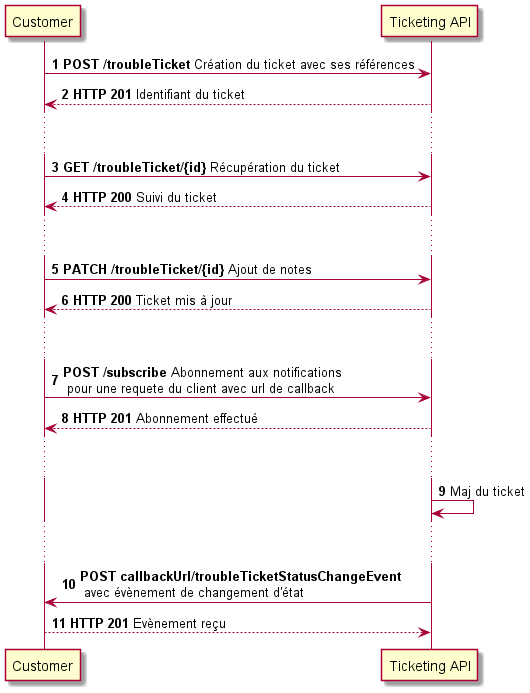
before-interop/ticketing keeps this PlantUML diagram as image/sequence.png. Above is the earlier version. Source of this version:
```plantuml
@startuml

autonumber

Customer -> "Ticketing API" : **POST /troubleTicket** Création du ticket avec ses références
"Ticketing API" --> Customer : **HTTP 201** Identifiant du ticket
... ...
Customer -> "Ticketing API" : **GET /troubleTicket/{id}** Récupération du ticket
"Ticketing API" --> Customer : **HTTP 200** Suivi du ticket
... ...
Customer -> "Ticketing API" : **PATCH /troubleTicket/{id}** Ajout de notes
"Ticketing API" --> Customer : **HTTP 200** Ticket mis à jour
... ...
Customer -> "Ticketing API" : **POST /subscribe** Abonnement aux notifications \n pour une requete du client avec url de callback
    "Ticketing API" --> Customer : **HTTP 201** Abonnement effectué
... ...
"Ticketing API" -> "Ticketing API" : Maj du ticket
... ...
"Ticketing API" -> "Customer" : **POST callbackUrl/troubleTicketStatusChangeEvent** \n avec évènement de changement d'état
"Customer" --> "Ticketing API" : **HTTP 201** Evènement reçu

@enduml
```
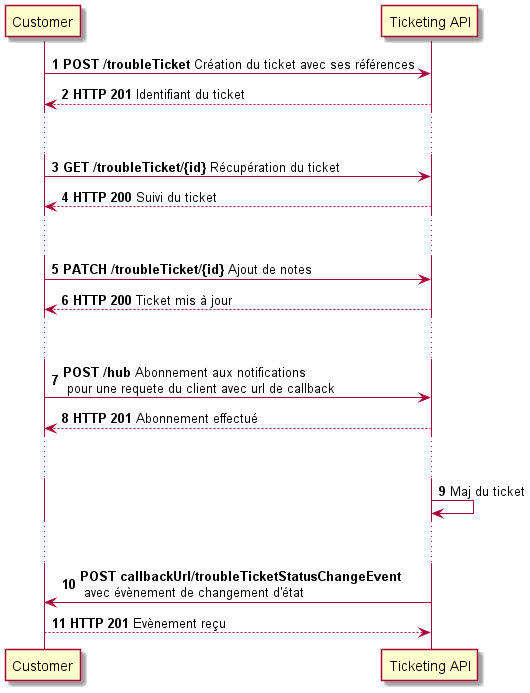
The same file after the commit.

Change to the diagram source:
```diff
@@ -11,7 +11,7 @@
 Customer -> "Ticketing API" : **PATCH /troubleTicket/{id}** Ajout de notes
 "Ticketing API" --> Customer : **HTTP 200** Ticket mis à jour
 ... ...
-Customer -> "Ticketing API" : **POST /subscribe** Abonnement aux notifications \n pour une requete du client avec url de callback
+Customer -> "Ticketing API" : **POST /hub** Abonnement aux notifications \n pour une requete du client avec url de callback
     "Ticketing API" --> Customer : **HTTP 201** Abonnement effectué
 ... ...
 "Ticketing API" -> "Ticketing API" : Maj du ticket
```
